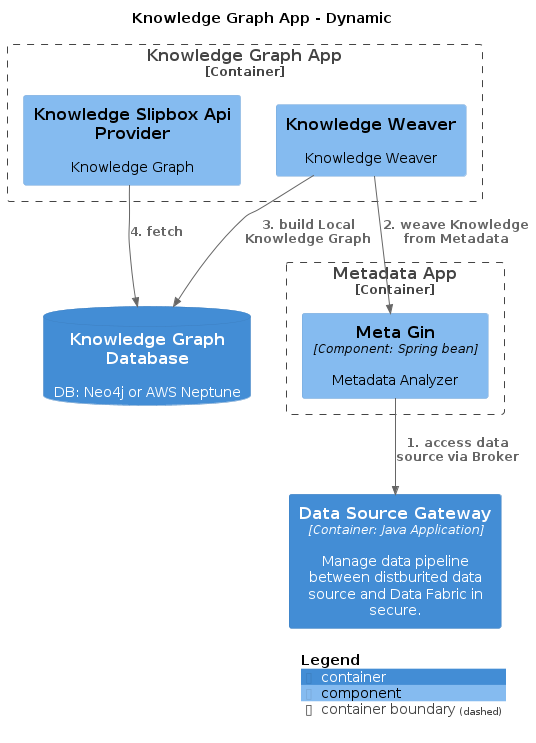
This is master/png/LocalKnowledgeGraph.png from IntellectusCorp/data-fabric-docs, a PlantUML export, as it was before one commit.
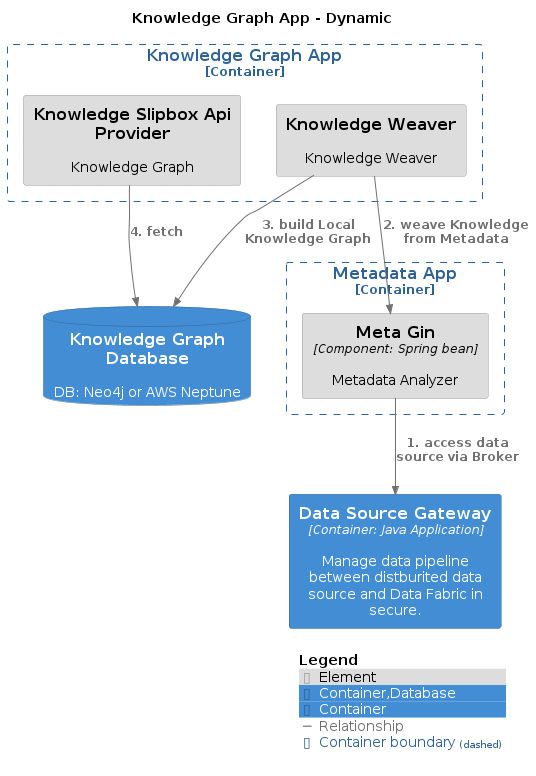
Above is the later version.

Change to the diagram source:
```diff
@@ -9,22 +9,30 @@
 !include <C4/C4_Container>
 !include <C4/C4_Component>
 
-Container_Boundary("DataFabric.KnowledgeGraphApp_boundary", "Knowledge Graph App", $tags="") {
-  Component(DataFabric.KnowledgeGraphApp.KnowledgeWeaver, "Knowledge Weaver", $techn="", $descr="Knowledge Weaver", $tags="", $link="")
-  Component(DataFabric.KnowledgeGraphApp.KnowledgeSlipboxApiProvider, "Knowledge Slipbox Api Provider", $techn="", $descr="Knowledge Graph", $tags="", $link="")
+AddElementTag("Element", $bgColor="#dddddd", $borderColor="#9a9a9a", $fontColor="#000000", $sprite="", $shadowing="")
+AddElementTag("Container,Database", $bgColor="#438dd5", $borderColor="#2e6295", $fontColor="#ffffff", $sprite="", $shadowing="")
+AddElementTag("Container", $bgColor="#438dd5", $borderColor="#2e6295", $fontColor="#ffffff", $sprite="", $shadowing="")
+
+AddRelTag("Relationship", $textColor="#707070", $lineColor="#707070", $lineStyle = "")
+
+AddBoundaryTag("Container", $bgColor="#ffffff", $borderColor="#2e6295", $fontColor="#2e6295", $shadowing="")
+
+Container_Boundary("DataFabric.KnowledgeGraphApp_boundary", "Knowledge Graph App", $tags="Container") {
+  Component(DataFabric.KnowledgeGraphApp.KnowledgeWeaver, "Knowledge Weaver", $techn="", $descr="Knowledge Weaver", $tags="Element", $link="")
+  Component(DataFabric.KnowledgeGraphApp.KnowledgeSlipboxApiProvider, "Knowledge Slipbox Api Provider", $techn="", $descr="Knowledge Graph", $tags="Element", $link="")
 }
 
-Container_Boundary("DataFabric.MetadataApp_boundary", "Metadata App", $tags="") {
-  Component(DataFabric.MetadataApp.MetaGin, "Meta Gin", $techn="Component: Spring bean", $descr="Metadata Analyzer", $tags="", $link="")
+Container_Boundary("DataFabric.MetadataApp_boundary", "Metadata App", $tags="Container") {
+  Component(DataFabric.MetadataApp.MetaGin, "Meta Gin", $techn="Component: Spring bean", $descr="Metadata Analyzer", $tags="Element", $link="")
 }
 
-ContainerDb(DataFabric.KnowledgeGraphDatabase, "Knowledge Graph Database", $techn="", $descr="DB: Neo4j or AWS Neptune", $tags="", $link="")
-Container(DataFabric.DataSourceGateway, "Data Source Gateway", $techn="Container: Java Application", $descr="Manage data pipeline between distburited data source and Data Fabric in secure.", $tags="", $link="")
+ContainerDb(DataFabric.KnowledgeGraphDatabase, "Knowledge Graph Database", $techn="", $descr="DB: Neo4j or AWS Neptune", $tags="Container,Database", $link="")
+Container(DataFabric.DataSourceGateway, "Data Source Gateway", $techn="Container: Java Application", $descr="Manage data pipeline between distburited data source and Data Fabric in secure.", $tags="Container", $link="")
 
-Rel_D(DataFabric.MetadataApp.MetaGin, DataFabric.DataSourceGateway, "1. access data source via Broker", $techn="", $tags="", $link="")
-Rel_D(DataFabric.KnowledgeGraphApp.KnowledgeWeaver, DataFabric.MetadataApp.MetaGin, "2. weave Knowledge from Metadata", $techn="", $tags="", $link="")
-Rel_D(DataFabric.KnowledgeGraphApp.KnowledgeWeaver, DataFabric.KnowledgeGraphDatabase, "3. build Local Knowledge Graph", $techn="", $tags="", $link="")
-Rel_D(DataFabric.KnowledgeGraphApp.KnowledgeSlipboxApiProvider, DataFabric.KnowledgeGraphDatabase, "4. fetch", $techn="", $tags="", $link="")
+Rel_D(DataFabric.MetadataApp.MetaGin, DataFabric.DataSourceGateway, "1. access data source via Broker", $techn="", $tags="Relationship", $link="")
+Rel_D(DataFabric.KnowledgeGraphApp.KnowledgeWeaver, DataFabric.MetadataApp.MetaGin, "2. weave Knowledge from Metadata", $techn="", $tags="Relationship", $link="")
+Rel_D(DataFabric.KnowledgeGraphApp.KnowledgeWeaver, DataFabric.KnowledgeGraphDatabase, "3. build Local Knowledge Graph", $techn="", $tags="Relationship", $link="")
+Rel_D(DataFabric.KnowledgeGraphApp.KnowledgeSlipboxApiProvider, DataFabric.KnowledgeGraphDatabase, "4. fetch", $techn="", $tags="Relationship", $link="")
 
 SHOW_LEGEND(true)
 @enduml
```
